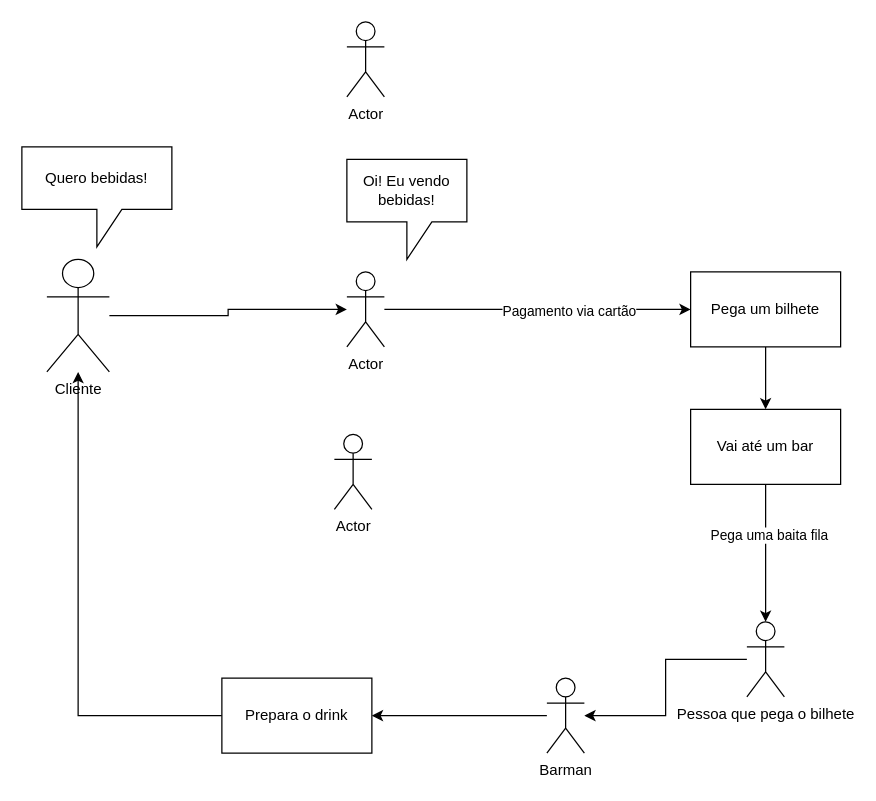
Above: page "Atual" (1 of 4) of Untitled Diagram.drawio in acantinellipaiva/8GamaXP (draw.io), before the change. Source tidied: cells renumbered, new cells numbered last; positions are measured from the earlier drawing's top-left corner, leaving out a move shared by most shapes. Both pictures are drawn from the tidied source at 125%, with x=0, y=0 at pixel (21, 21).
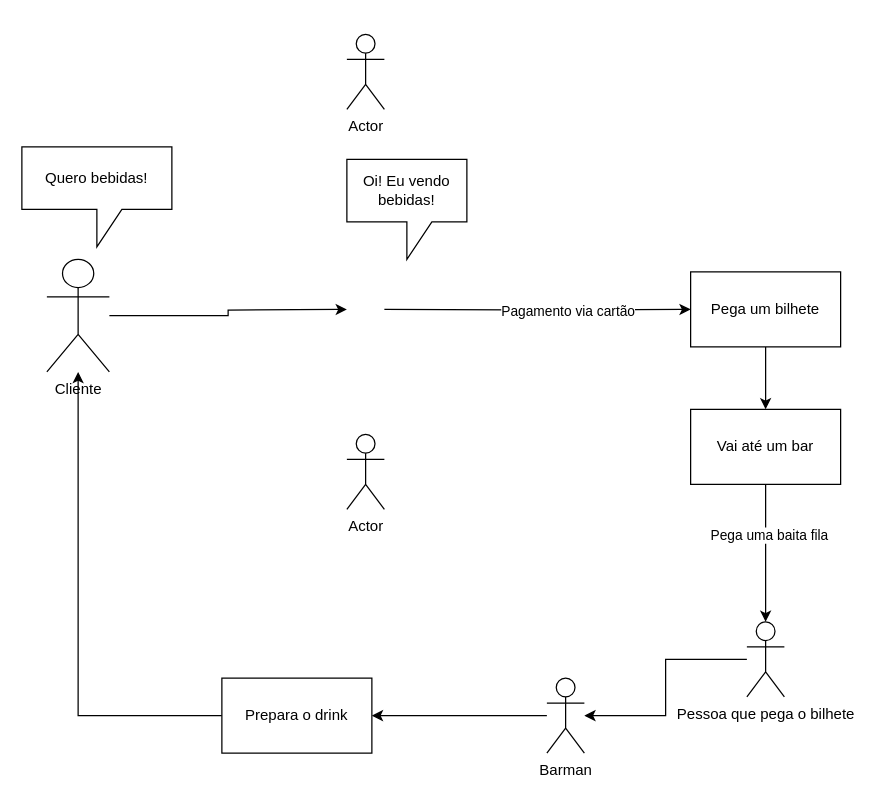
After the change.

The change refers to these unchanged cells:
```xml
<mxCell id="3" value="Cliente" style="shape=umlActor;verticalLabelPosition=bottom;verticalAlign=top;html=1;outlineConnect=0;" parent="1" vertex="1">
  <mxGeometry x="20" y="190" width="50" height="90" as="geometry" />
</mxCell>
<mxCell id="12" value="Pega um bilhete" style="rounded=0;whiteSpace=wrap;html=1;" parent="1" vertex="1">
  <mxGeometry x="535" y="200" width="120" height="60" as="geometry" />
</mxCell>
```

Change to the diagram source:
```diff
@@
-    <mxCell id="2" style="edgeStyle=orthogonalEdgeStyle;rounded=0;jettySize=auto;html=1;" parent="1" edge="1" source="3" target="8">
-      <mxGeometry relative="1" as="geometry" />
+    <mxCell id="2" style="edgeStyle=orthogonalEdgeStyle;rounded=0;jettySize=auto;html=1;" parent="1" edge="1" source="3">
+      <mxGeometry relative="1" as="geometry">
+        <mxPoint x="260" y="230" as="targetPoint" />
+      </mxGeometry>
     </mxCell>
@@
     <mxCell id="5" value="Actor" style="shape=umlActor;verticalLabelPosition=bottom;verticalAlign=top;html=1;" parent="1" vertex="1">
-      <mxGeometry x="260" width="30" height="60" as="geometry" />
+      <mxGeometry x="260" y="10" width="30" height="60" as="geometry" />
     </mxCell>
-    <mxCell id="6" style="edgeStyle=orthogonalEdgeStyle;rounded=0;jettySize=auto;html=1;entryX=0;entryY=0.5;entryDx=0;entryDy=0;" parent="1" edge="1" source="8" target="12">
-      <mxGeometry relative="1" as="geometry" />
+    <mxCell id="6" style="edgeStyle=orthogonalEdgeStyle;rounded=0;jettySize=auto;html=1;entryX=0;entryY=0.5;entryDx=0;entryDy=0;" parent="1" edge="1" target="12">
+      <mxGeometry relative="1" as="geometry">
+        <mxPoint x="290" y="230" as="sourcePoint" />
+      </mxGeometry>
     </mxCell>
@@
-    <mxCell id="8" value="Actor" style="shape=umlActor;verticalLabelPosition=bottom;verticalAlign=top;html=1;outlineConnect=0;" parent="1" vertex="1">
-      <mxGeometry x="260" y="200" width="30" height="60" as="geometry" />
-    </mxCell>
     <mxCell id="9" value="Actor" style="shape=umlActor;verticalLabelPosition=bottom;verticalAlign=top;html=1;" parent="1" vertex="1">
-      <mxGeometry x="250" y="330" width="30" height="60" as="geometry" />
+      <mxGeometry x="260" y="330" width="30" height="60" as="geometry" />
     </mxCell>
```
